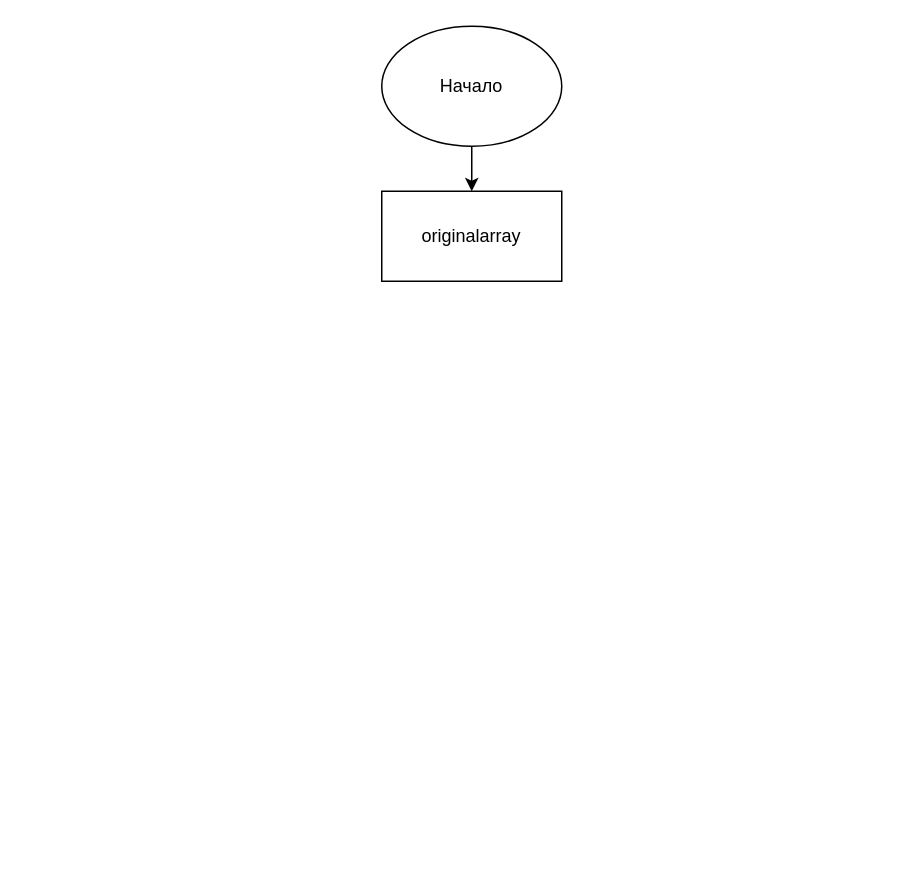
Earlier version of the draw.io diagram Диаграмма без названия.drawio (AnnaGuzema/Controlwork). Source tidied: cells renumbered, new cells numbered last; positions are measured from the earlier drawing's top-left corner, leaving out a move shared by most shapes. Both pictures are drawn from the tidied source at 150%, with x=0, y=0 at pixel (381, 26).
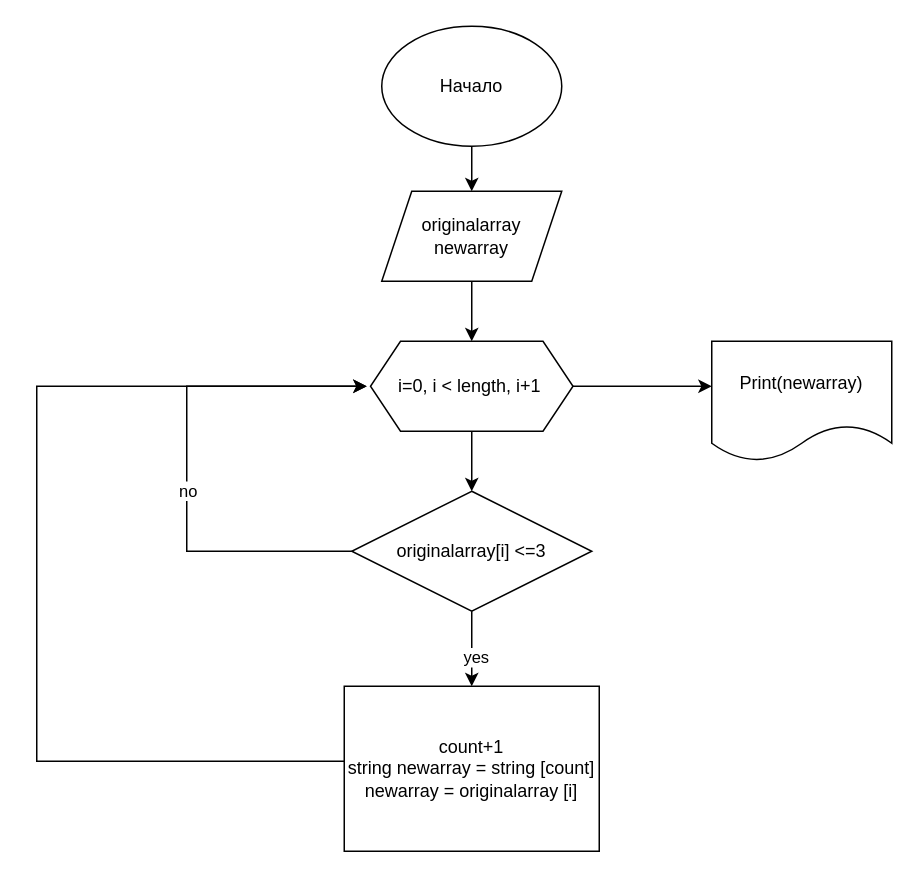
After the change.

Unchanged cells that the change refers to:
```xml
<mxCell id="3" value="Начало" style="ellipse;whiteSpace=wrap;html=1;" parent="1" vertex="1">
  <mxGeometry width="120" height="80" as="geometry" />
</mxCell>
```

What changed in the source:
```diff
@@
-    <mxCell id="2" style="edgeStyle=orthogonalEdgeStyle;rounded=0;jettySize=auto;html=1;" parent="1" edge="1" source="3" target="4">
-      <mxGeometry relative="1" as="geometry" />
+    <mxCell id="2" style="edgeStyle=orthogonalEdgeStyle;rounded=0;jettySize=auto;html=1;" parent="1" edge="1" source="3">
+      <mxGeometry relative="1" as="geometry">
+        <mxPoint x="60" y="110" as="targetPoint" />
+      </mxGeometry>
     </mxCell>
@@
-    <mxCell id="4" value="originalarray" style="whiteSpace=wrap;html=1;" parent="1" vertex="1">
-      <mxGeometry y="110" width="120" height="60" as="geometry" />
-    </mxCell>
+    <mxCell id="5" style="edgeStyle=orthogonalEdgeStyle;rounded=0;jettySize=auto;html=1;" parent="1" edge="1" source="6">
+      <mxGeometry relative="1" as="geometry">
+        <mxPoint x="60" y="210" as="targetPoint" />
+      </mxGeometry>
+    </mxCell>
+    <mxCell id="6" value="originalarray&lt;br&gt;newarray" style="shape=parallelogram;perimeter=parallelogramPerimeter;whiteSpace=wrap;html=1;fixedSize=1;" parent="1" vertex="1">
+      <mxGeometry y="110" width="120" height="60" as="geometry" />
+    </mxCell>
+    <mxCell id="7" style="edgeStyle=orthogonalEdgeStyle;rounded=0;jettySize=auto;html=1;" parent="1" edge="1" source="9" target="14">
+      <mxGeometry relative="1" as="geometry" />
+    </mxCell>
+    <mxCell id="8" style="edgeStyle=orthogonalEdgeStyle;rounded=0;jettySize=auto;html=1;" parent="1" edge="1" source="9">
+      <mxGeometry relative="1" as="geometry">
+        <mxPoint x="220" y="240" as="targetPoint" />
+      </mxGeometry>
+    </mxCell>
+    <mxCell id="9" value="i=0, i &amp;lt; length, i+1&amp;nbsp;" style="shape=hexagon;perimeter=hexagonPerimeter2;whiteSpace=wrap;html=1;fixedSize=1;" parent="1" vertex="1">
+      <mxGeometry x="-7.5" y="210" width="135" height="60" as="geometry" />
+    </mxCell>
+    <mxCell id="10" style="edgeStyle=orthogonalEdgeStyle;rounded=0;jettySize=auto;html=1;" parent="1" edge="1" source="14" target="16">
+      <mxGeometry relative="1" as="geometry" />
+    </mxCell>
+    <mxCell id="11" value="yes" style="edgeLabel;html=1;align=center;verticalAlign=middle;" parent="10" vertex="1">
+      <mxGeometry x="0.2" y="2" relative="1" as="geometry" />
+    </mxCell>
+    <mxCell id="12" style="edgeStyle=orthogonalEdgeStyle;rounded=0;jettySize=auto;html=1;" parent="1" edge="1" source="14">
+      <mxGeometry relative="1" as="geometry">
+        <mxPoint x="-10" y="240" as="targetPoint" />
+        <Array as="points">
+          <mxPoint x="-130" y="350" />
+          <mxPoint x="-130" y="240" />
+        </Array>
+      </mxGeometry>
+    </mxCell>
+    <mxCell id="13" value="no" style="edgeLabel;html=1;align=center;verticalAlign=middle;" parent="12" vertex="1">
+      <mxGeometry x="-0.11" relative="1" as="geometry" />
+    </mxCell>
+    <mxCell id="14" value="originalarray[i] &amp;lt;=3" style="rhombus;whiteSpace=wrap;html=1;" parent="1" vertex="1">
+      <mxGeometry x="-20" y="310" width="160" height="80" as="geometry" />
+    </mxCell>
+    <mxCell id="15" style="edgeStyle=orthogonalEdgeStyle;rounded=0;jettySize=auto;html=1;" parent="1" edge="1" source="16">
+      <mxGeometry relative="1" as="geometry">
+        <mxPoint x="-10" y="240" as="targetPoint" />
+        <Array as="points">
+          <mxPoint x="-230" y="490" />
+          <mxPoint x="-230" y="240" />
+        </Array>
+      </mxGeometry>
+    </mxCell>
+    <mxCell id="16" value="count+1&lt;br&gt;string newarray = string [count]&lt;br style=&quot;border-color: var(--border-color);&quot;&gt;newarray = originalarray [i]" style="whiteSpace=wrap;html=1;" parent="1" vertex="1">
+      <mxGeometry x="-25" y="440" width="170" height="110" as="geometry" />
+    </mxCell>
+    <mxCell id="17" value="Print(newarray)" style="shape=document;whiteSpace=wrap;html=1;boundedLbl=1;" parent="1" vertex="1">
+      <mxGeometry x="220" y="210" width="120" height="80" as="geometry" />
+    </mxCell>
```
